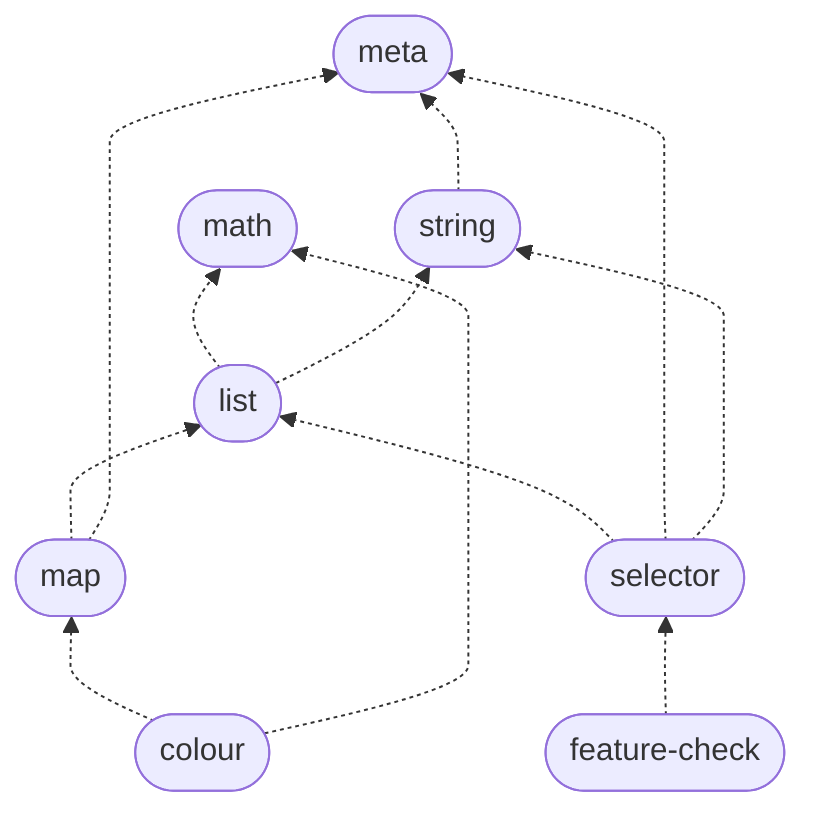
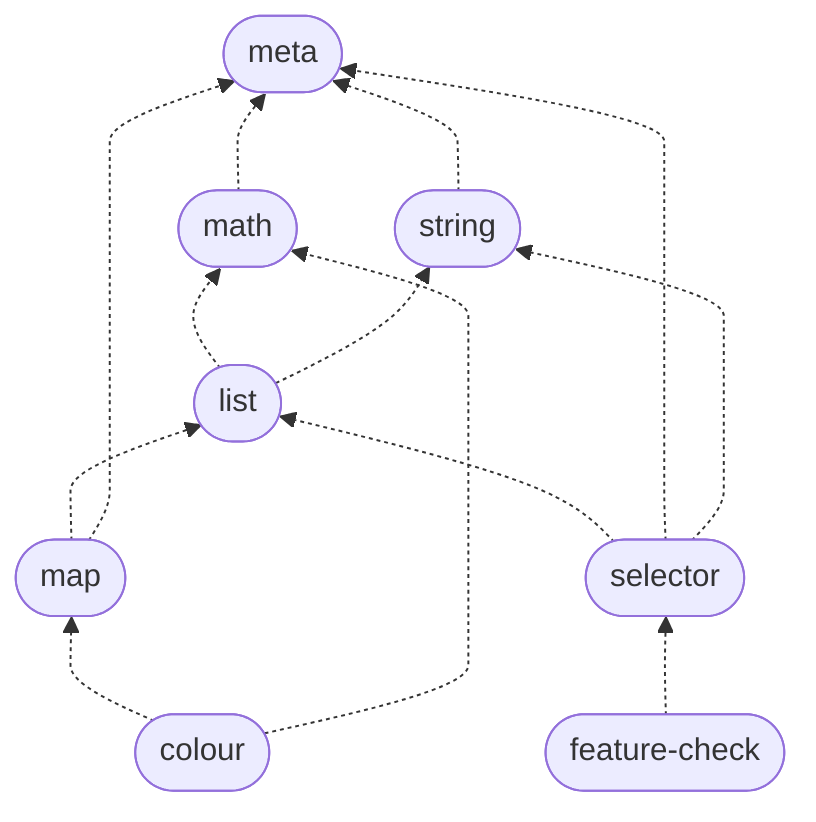
---
config:
  flowchart:
    curve: monotoneY
---
flowchart BT
	Colour([colour])
	FeatureCheck([feature-check])
	List([list])
	Map([map])
	Math([math])
	Meta([meta])
	Selector([selector])
	String([string])

    %% from dependents to their dependencies
    String -.-> Meta
+     Math -.-> Meta
    List -.-> Math & String
    Map -.-> List & Meta
    Colour -.-> Map & Math
    Selector -.-> List & Meta & String
    FeatureCheck -.-> Selector